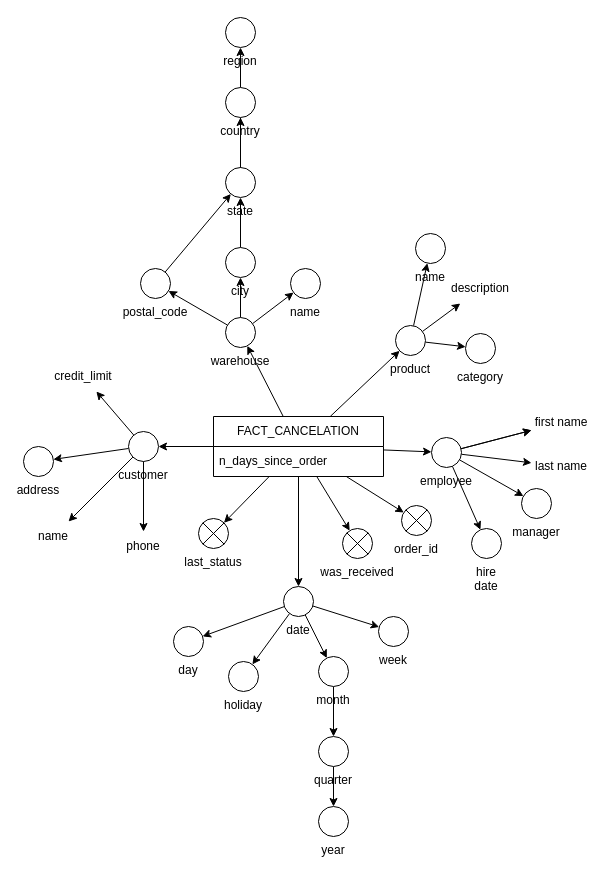
Earlier version of the draw.io diagram page "CANCELLATION_FACT" (4 of 4) of docs/drawio/DFM.drawio (joaobraganca555/GlobalTech_ETL). Source tidied: cells renumbered, new cells numbered last; positions are measured from the earlier drawing's top-left corner, leaving out a move shared by most shapes. Both pictures are drawn from the tidied source at 100%, with x=0, y=0 at pixel (23, 17).
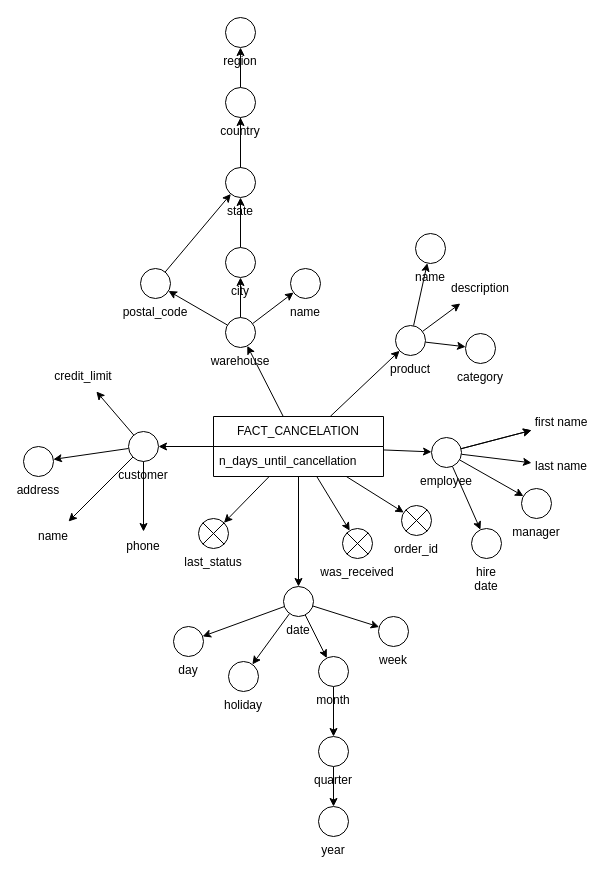
The same diagram, later.

Unchanged cells that the change refers to:
```xml
<mxCell id="3" value="FACT_CANCELATION" style="swimlane;fontStyle=0;horizontal=1;startSize=30;whiteSpace=wrap;html=1;" parent="1" vertex="1">
  <mxGeometry x="190" y="399" width="170" height="60" as="geometry" />
</mxCell>
```

Change to the diagram source:
```diff
@@
-    <mxCell id="4" value="n_days_since_order" style="text;strokeColor=none;fillColor=none;align=left;verticalAlign=middle;spacingLeft=4;spacingRight=4;overflow=hidden;whiteSpace=wrap;html=1;" parent="3" vertex="1">
+    <mxCell id="4" value="n_days_until_cancellation" style="text;strokeColor=none;fillColor=none;align=left;verticalAlign=middle;spacingLeft=4;spacingRight=4;overflow=hidden;whiteSpace=wrap;html=1;" parent="3" vertex="1">
       <mxGeometry y="30" width="170" height="30" as="geometry" />
     </mxCell>
```
